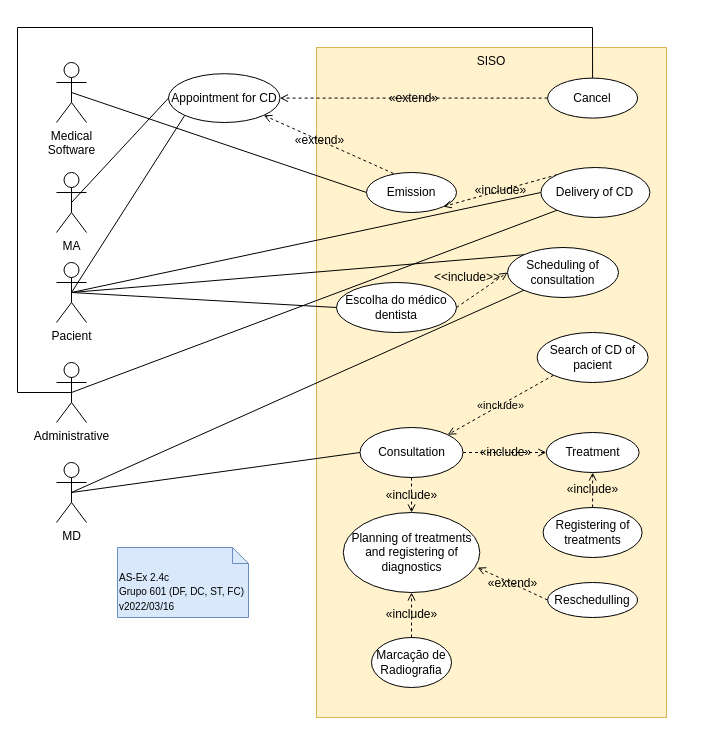
Before: page "2.4c" (3 of 3) of P/P2/P2.drawio in DavidAraujo98/AS, a draw.io diagram. Source tidied: cells renumbered, new cells numbered last; positions are measured from the earlier drawing's top-left corner, leaving out a move shared by most shapes. Both pictures are drawn from the tidied source at 100%, with x=0, y=0 at pixel (17, 27).
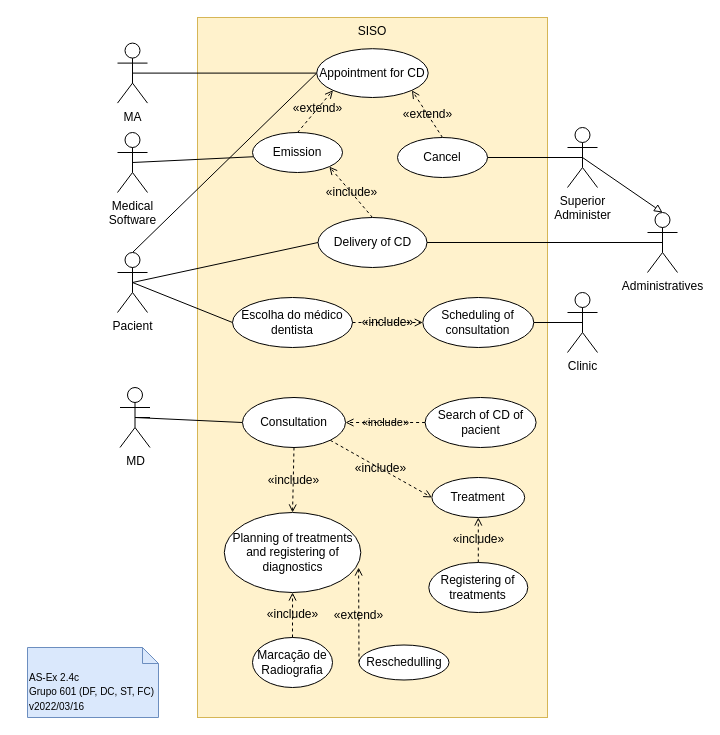
After the change.

What changed in the source:
```diff
@@
     <mxCell id="2" value="SISO" style="rounded=0;whiteSpace=wrap;html=1;verticalAlign=top;fillColor=#fff2cc;strokeColor=#d6b656;" parent="1" vertex="1">
-      <mxGeometry x="299" y="20" width="350" height="670" as="geometry" />
+      <mxGeometry x="180" y="-10" width="350" height="700" as="geometry" />
     </mxCell>
-    <mxCell id="3" style="rounded=0;jettySize=auto;html=1;exitX=0.5;exitY=0.5;exitDx=0;exitDy=0;exitPerimeter=0;entryX=0;entryY=0.5;entryDx=0;entryDy=0;labelBackgroundColor=none;fontSize=12;startArrow=none;startFill=0;endArrow=none;endFill=0;strokeColor=#000000;" parent="1" edge="1" source="4" target="14">
+    <mxCell id="3" style="rounded=0;jettySize=auto;html=1;exitX=0.5;exitY=0.5;exitDx=0;exitDy=0;exitPerimeter=0;labelBackgroundColor=none;fontSize=12;startArrow=none;startFill=0;endArrow=none;endFill=0;strokeColor=#000000;entryX=0;entryY=0.5;entryDx=0;entryDy=0;" parent="1" edge="1" source="4" target="14">
       <mxGeometry relative="1" as="geometry" />
     </mxCell>
     <mxCell id="4" value="MA" style="shape=umlActor;verticalLabelPosition=bottom;verticalAlign=top;html=1;outlineConnect=0;" parent="1" vertex="1">
-      <mxGeometry x="39" y="145" width="30" height="60" as="geometry" />
+      <mxGeometry x="100" y="15.6" width="30" height="60" as="geometry" />
     </mxCell>
-    <mxCell id="5" style="edgeStyle=none;rounded=0;jettySize=auto;html=1;exitX=0.5;exitY=0.5;exitDx=0;exitDy=0;exitPerimeter=0;entryX=0;entryY=1;entryDx=0;entryDy=0;labelBackgroundColor=none;fontSize=12;startArrow=none;startFill=0;endArrow=none;endFill=0;" parent="1" edge="1" source="7" target="23">
-      <mxGeometry relative="1" as="geometry" />
-    </mxCell>
@@
     <mxCell id="7" value="MD" style="shape=umlActor;verticalLabelPosition=bottom;verticalAlign=top;html=1;outlineConnect=0;" parent="1" vertex="1">
-      <mxGeometry x="39" y="435" width="30" height="60" as="geometry" />
+      <mxGeometry x="102.5" y="360" width="30" height="60" as="geometry" />
     </mxCell>
+    <mxCell id="9" style="edgeStyle=none;rounded=0;jettySize=auto;html=1;exitX=0.5;exitY=0.5;exitDx=0;exitDy=0;exitPerimeter=0;entryX=0;entryY=0.5;entryDx=0;entryDy=0;labelBackgroundColor=none;fontSize=12;startArrow=none;startFill=0;endArrow=none;endFill=0;" parent="1" edge="1" source="11" target="22">
+      <mxGeometry relative="1" as="geometry" />
+    </mxCell>
-    <mxCell id="8" style="rounded=0;jettySize=auto;html=1;exitX=0.5;exitY=0.5;exitDx=0;exitDy=0;exitPerimeter=0;entryX=0;entryY=1;entryDx=0;entryDy=0;labelBackgroundColor=none;fontSize=12;startArrow=none;startFill=0;endArrow=none;endFill=0;" parent="1" edge="1" source="11" target="14">
+    <mxCell id="8" style="edgeStyle=none;rounded=0;jettySize=auto;html=1;exitX=0.5;exitY=0;exitDx=0;exitDy=0;exitPerimeter=0;entryX=0;entryY=0.5;entryDx=0;entryDy=0;labelBackgroundColor=none;endArrow=none;endFill=0;" parent="1" edge="1" source="11" target="14">
       <mxGeometry relative="1" as="geometry" />
     </mxCell>
-    <mxCell id="9" style="edgeStyle=none;rounded=0;jettySize=auto;html=1;exitX=0.5;exitY=0.5;exitDx=0;exitDy=0;exitPerimeter=0;entryX=0;entryY=0.5;entryDx=0;entryDy=0;labelBackgroundColor=none;fontSize=12;startArrow=none;startFill=0;endArrow=none;endFill=0;" parent="1" edge="1" source="11" target="22">
-      <mxGeometry relative="1" as="geometry" />
-    </mxCell>
-    <mxCell id="10" style="rounded=0;jettySize=auto;html=1;exitX=0.5;exitY=0.5;exitDx=0;exitDy=0;exitPerimeter=0;entryX=0;entryY=0;entryDx=0;entryDy=0;labelBackgroundColor=none;fontSize=12;startArrow=none;startFill=0;endArrow=none;endFill=0;" parent="1" edge="1" source="11" target="23">
-      <mxGeometry relative="1" as="geometry" />
-    </mxCell>
     <mxCell id="11" value="Pacient" style="shape=umlActor;verticalLabelPosition=bottom;verticalAlign=top;html=1;outlineConnect=0;" parent="1" vertex="1">
-      <mxGeometry x="39" y="235" width="30" height="60" as="geometry" />
+      <mxGeometry x="100" y="225" width="30" height="60" as="geometry" />
     </mxCell>
-    <mxCell id="12" style="edgeStyle=none;rounded=0;jettySize=auto;html=1;exitX=0.5;exitY=0.5;exitDx=0;exitDy=0;exitPerimeter=0;entryX=0;entryY=0.5;entryDx=0;entryDy=0;labelBackgroundColor=none;fontSize=10;startArrow=none;startFill=0;endArrow=none;endFill=0;strokeColor=#000000;" parent="1" edge="1" source="13" target="15">
+    <mxCell id="12" style="edgeStyle=none;rounded=0;jettySize=auto;html=1;exitX=0.5;exitY=0.5;exitDx=0;exitDy=0;exitPerimeter=0;entryX=1;entryY=0.5;entryDx=0;entryDy=0;labelBackgroundColor=none;fontSize=10;startArrow=none;startFill=0;endArrow=none;endFill=0;strokeColor=#000000;" parent="1" edge="1" source="13" target="15">
       <mxGeometry relative="1" as="geometry" />
     </mxCell>
     <mxCell id="13" value="Medical&lt;br&gt;Software" style="shape=umlActor;verticalLabelPosition=bottom;verticalAlign=top;html=1;outlineConnect=0;" parent="1" vertex="1">
-      <mxGeometry x="39" y="35" width="30" height="60" as="geometry" />
+      <mxGeometry x="100" y="105" width="30" height="60" as="geometry" />
     </mxCell>
     <mxCell id="14" value="Appointment for CD" style="ellipse;whiteSpace=wrap;html=1;" parent="1" vertex="1">
-      <mxGeometry x="151" y="46.2" width="111.5" height="48.8" as="geometry" />
+      <mxGeometry x="299.2" y="21.2" width="111.5" height="48.8" as="geometry" />
     </mxCell>
     <mxCell id="15" value="Emission" style="ellipse;whiteSpace=wrap;html=1;fontSize=12;" parent="1" vertex="1">
-      <mxGeometry x="349" y="145" width="90" height="40" as="geometry" />
+      <mxGeometry x="235" y="105" width="90" height="40" as="geometry" />
     </mxCell>
-    <mxCell id="16" style="edgeStyle=none;rounded=0;jettySize=auto;html=1;exitX=0.5;exitY=0.5;exitDx=0;exitDy=0;exitPerimeter=0;entryX=0;entryY=1;entryDx=0;entryDy=0;labelBackgroundColor=none;fontSize=12;startArrow=none;startFill=0;endArrow=none;endFill=0;" parent="1" edge="1" source="17" target="22">
-      <mxGeometry relative="1" as="geometry" />
-    </mxCell>
+    <mxCell id="43" style="edgeStyle=none;rounded=0;jettySize=auto;html=1;exitX=0.5;exitY=0.5;exitDx=0;exitDy=0;exitPerimeter=0;entryX=0.5;entryY=0;entryDx=0;entryDy=0;entryPerimeter=0;labelBackgroundColor=none;endArrow=block;endFill=0;" parent="1" edge="1" source="17" target="48">
+      <mxGeometry relative="1" as="geometry" />
+    </mxCell>
+    <mxCell id="40" style="edgeStyle=none;rounded=0;jettySize=auto;html=1;exitX=0.5;exitY=0.5;exitDx=0;exitDy=0;exitPerimeter=0;entryX=1;entryY=0.5;entryDx=0;entryDy=0;labelBackgroundColor=none;endArrow=none;endFill=0;" parent="1" edge="1" source="17" target="20">
+      <mxGeometry relative="1" as="geometry" />
+    </mxCell>
-    <mxCell id="17" value="Administrative" style="shape=umlActor;verticalLabelPosition=bottom;verticalAlign=top;html=1;outlineConnect=0;fontSize=12;" parent="1" vertex="1">
-      <mxGeometry x="39" y="335" width="30" height="60" as="geometry" />
+    <mxCell id="17" value="Superior&lt;br&gt;Administer" style="shape=umlActor;verticalLabelPosition=bottom;verticalAlign=top;html=1;outlineConnect=0;fontSize=12;" parent="1" vertex="1">
+      <mxGeometry x="550" y="100" width="30" height="60" as="geometry" />
     </mxCell>
-    <mxCell id="18" value="«extend»" style="endArrow=open;dashed=1;html=1;rounded=0;labelBackgroundColor=none;fontSize=12;entryX=1;entryY=1;entryDx=0;entryDy=0;endFill=0;exitX=0.3;exitY=0.025;exitDx=0;exitDy=0;exitPerimeter=0;" parent="1" edge="1" source="15" target="14">
+    <mxCell id="18" value="«extend»" style="endArrow=open;dashed=1;html=1;rounded=0;labelBackgroundColor=none;fontSize=12;entryX=0;entryY=1;entryDx=0;entryDy=0;endFill=0;exitX=0.5;exitY=0;exitDx=0;exitDy=0;" parent="1" edge="1" source="15" target="14">
       <mxGeometry x="0.14" relative="1" as="geometry" />
     </mxCell>
-    <mxCell id="19" value="«extend»" style="edgeStyle=none;rounded=0;jettySize=auto;html=1;exitX=0;exitY=0.5;exitDx=0;exitDy=0;entryX=1;entryY=0.5;entryDx=0;entryDy=0;labelBackgroundColor=none;fontSize=12;startArrow=none;startFill=0;endArrow=open;endFill=0;dashed=1;" parent="1" edge="1" source="20" target="14">
+    <mxCell id="19" value="«extend»" style="edgeStyle=none;rounded=0;jettySize=auto;html=1;exitX=0.5;exitY=0;exitDx=0;exitDy=0;entryX=1;entryY=1;entryDx=0;entryDy=0;labelBackgroundColor=none;fontSize=12;startArrow=none;startFill=0;endArrow=open;endFill=0;dashed=1;" parent="1" edge="1" source="20" target="14">
       <mxGeometry relative="1" as="geometry" />
     </mxCell>
     <mxCell id="20" value="Cancel" style="ellipse;whiteSpace=wrap;html=1;fontSize=12;" parent="1" vertex="1">
-      <mxGeometry x="530.1" y="50.6" width="90" height="40" as="geometry" />
+      <mxGeometry x="380" y="110" width="90" height="40" as="geometry" />
     </mxCell>
-    <mxCell id="21" value="«include»" style="edgeStyle=none;rounded=0;jettySize=auto;html=1;exitX=0;exitY=0;exitDx=0;exitDy=0;entryX=1;entryY=1;entryDx=0;entryDy=0;dashed=1;labelBackgroundColor=none;fontSize=12;startArrow=none;startFill=0;endArrow=open;endFill=0;" parent="1" edge="1" source="22" target="15">
+    <mxCell id="21" value="«include»" style="edgeStyle=none;rounded=0;jettySize=auto;html=1;exitX=0.5;exitY=0;exitDx=0;exitDy=0;entryX=1;entryY=1;entryDx=0;entryDy=0;dashed=1;labelBackgroundColor=none;fontSize=12;startArrow=none;startFill=0;endArrow=open;endFill=0;" parent="1" edge="1" source="22" target="15">
       <mxGeometry relative="1" as="geometry" />
     </mxCell>
     <mxCell id="22" value="Delivery of CD" style="ellipse;whiteSpace=wrap;html=1;fontSize=12;" parent="1" vertex="1">
-      <mxGeometry x="523.4" y="140" width="109" height="50" as="geometry" />
+      <mxGeometry x="300.5" y="190" width="109" height="50" as="geometry" />
     </mxCell>
     <mxCell id="23" value="Scheduling of consultation" style="ellipse;whiteSpace=wrap;html=1;fontSize=12;" parent="1" vertex="1">
-      <mxGeometry x="490" y="220" width="111" height="50" as="geometry" />
+      <mxGeometry x="405.3" y="270" width="111" height="50" as="geometry" />
     </mxCell>
-    <mxCell id="24" value="«include»" style="edgeStyle=none;rounded=0;jettySize=auto;html=1;exitX=0;exitY=1;exitDx=0;exitDy=0;entryX=1;entryY=0;entryDx=0;entryDy=0;labelBackgroundColor=none;endArrow=open;endFill=0;dashed=1;" parent="1" edge="1" source="25" target="30">
+    <mxCell id="24" value="«include»" style="edgeStyle=none;rounded=0;jettySize=auto;html=1;exitX=0;exitY=0.5;exitDx=0;exitDy=0;entryX=1;entryY=0.5;entryDx=0;entryDy=0;labelBackgroundColor=none;endArrow=open;endFill=0;dashed=1;" parent="1" edge="1" source="25" target="30">
       <mxGeometry relative="1" as="geometry" />
     </mxCell>
     <mxCell id="25" value="Search of CD of pacient" style="ellipse;whiteSpace=wrap;html=1;fontSize=12;" parent="1" vertex="1">
-      <mxGeometry x="519.6" y="305" width="111" height="50" as="geometry" />
+      <mxGeometry x="407.6" y="370" width="111" height="50" as="geometry" />
     </mxCell>
     <mxCell id="26" value="Planning of treatments and registering of diagnostics" style="ellipse;whiteSpace=wrap;html=1;fontSize=12;" parent="1" vertex="1">
-      <mxGeometry x="325.8" y="485" width="136.5" height="80" as="geometry" />
+      <mxGeometry x="206.8" y="485" width="136.5" height="80" as="geometry" />
     </mxCell>
     <mxCell id="27" value="Treatment" style="ellipse;whiteSpace=wrap;html=1;fontSize=12;" parent="1" vertex="1">
-      <mxGeometry x="528.8" y="405" width="92.8" height="40" as="geometry" />
+      <mxGeometry x="414.4" y="450" width="92.8" height="40" as="geometry" />
     </mxCell>
-    <mxCell id="28" value="«include»" style="edgeStyle=none;rounded=0;jettySize=auto;html=1;exitX=1;exitY=0.5;exitDx=0;exitDy=0;entryX=0;entryY=0.5;entryDx=0;entryDy=0;labelBackgroundColor=none;fontSize=12;startArrow=none;startFill=0;endArrow=open;endFill=0;strokeColor=#000000;dashed=1;" parent="1" edge="1" source="30" target="27">
+    <mxCell id="28" value="«include»" style="edgeStyle=none;rounded=0;jettySize=auto;html=1;exitX=1;exitY=1;exitDx=0;exitDy=0;entryX=0;entryY=0.5;entryDx=0;entryDy=0;labelBackgroundColor=none;fontSize=12;startArrow=none;startFill=0;endArrow=open;endFill=0;strokeColor=#000000;dashed=1;" parent="1" edge="1" source="30" target="27">
       <mxGeometry relative="1" as="geometry" />
     </mxCell>
@@
     <mxCell id="30" value="Consultation" style="ellipse;whiteSpace=wrap;html=1;fontSize=12;" parent="1" vertex="1">
-      <mxGeometry x="342.5" y="400" width="103" height="50" as="geometry" />
+      <mxGeometry x="225" y="370" width="103" height="50" as="geometry" />
     </mxCell>
@@
     <mxCell id="32" value="Registering of treatments" style="ellipse;whiteSpace=wrap;html=1;fontSize=12;" parent="1" vertex="1">
-      <mxGeometry x="525.6" y="480" width="99" height="50" as="geometry" />
+      <mxGeometry x="411.3" y="535" width="99" height="50" as="geometry" />
     </mxCell>
@@
     <mxCell id="34" value="Reschedulling" style="ellipse;whiteSpace=wrap;html=1;fontSize=12;" parent="1" vertex="1">
-      <mxGeometry x="530.1" y="555" width="90" height="35" as="geometry" />
+      <mxGeometry x="341.5" y="617.5" width="90" height="35" as="geometry" />
     </mxCell>
     <mxCell id="35" value="&lt;font style=&quot;font-size: 10px&quot;&gt;AS-Ex 2.4c&lt;br&gt;Grupo 601 (DF, DC, ST, FC)&lt;br&gt;v2022/03/16&lt;/font&gt;" style="shape=note2;boundedLbl=1;whiteSpace=wrap;html=1;size=16;verticalAlign=top;align=left;fillColor=#dae8fc;strokeColor=#6c8ebf;" parent="1" vertex="1">
-      <mxGeometry x="100" y="520" width="131" height="70" as="geometry" />
+      <mxGeometry x="10" y="620" width="131" height="70" as="geometry" />
     </mxCell>
     <mxCell id="36" value="Escolha do médico dentista" style="ellipse;whiteSpace=wrap;html=1;fontSize=12;" parent="1" vertex="1">
-      <mxGeometry x="319" y="255" width="120" height="50" as="geometry" />
+      <mxGeometry x="215" y="270" width="120" height="50" as="geometry" />
     </mxCell>
@@
-    <mxCell id="38" style="endArrow=open;html=1;rounded=0;dashed=1;fontSize=12;exitX=1;exitY=0.5;exitDx=0;exitDy=0;entryX=0;entryY=0.5;entryDx=0;entryDy=0;endFill=0;" parent="1" edge="1" source="36" target="23">
+    <mxCell id="38" value="«include»" style="endArrow=open;html=1;rounded=0;dashed=1;fontSize=12;exitX=1;exitY=0.5;exitDx=0;exitDy=0;entryX=0;entryY=0.5;entryDx=0;entryDy=0;endFill=0;labelBackgroundColor=none;" parent="1" edge="1" source="36" target="23">
       <mxGeometry relative="1" as="geometry" />
     </mxCell>
-    <mxCell id="39" value="&amp;lt;&amp;lt;include&amp;gt;&amp;gt;" style="text;html=1;strokeColor=none;fillColor=none;align=center;verticalAlign=middle;whiteSpace=wrap;rounded=0;fontSize=12;" parent="1" vertex="1">
-      <mxGeometry x="420" y="235" width="60" height="30" as="geometry" />
-    </mxCell>
-    <mxCell id="40" style="endArrow=none;html=1;rounded=0;fontSize=12;exitX=0.5;exitY=0.5;exitDx=0;exitDy=0;exitPerimeter=0;entryX=0.5;entryY=0;entryDx=0;entryDy=0;" parent="1" edge="1" source="17" target="20">
-      <mxGeometry relative="1" as="geometry">
-        <Array as="points">
-          <mxPoint y="365" />
-          <mxPoint />
-          <mxPoint x="575" />
-        </Array>
-      </mxGeometry>
-    </mxCell>
     <mxCell id="41" value="Marcação de Radiografia" style="ellipse;whiteSpace=wrap;html=1;fontSize=12;" parent="1" vertex="1">
-      <mxGeometry x="354" y="610" width="80" height="50" as="geometry" />
+      <mxGeometry x="235" y="610" width="80" height="50" as="geometry" />
     </mxCell>
@@
+    <mxCell id="44" style="edgeStyle=none;rounded=0;jettySize=auto;html=1;exitX=0.5;exitY=0.5;exitDx=0;exitDy=0;exitPerimeter=0;entryX=1;entryY=0.5;entryDx=0;entryDy=0;labelBackgroundColor=none;endArrow=none;endFill=0;" parent="1" edge="1" source="45" target="23">
+      <mxGeometry relative="1" as="geometry" />
+    </mxCell>
+    <mxCell id="45" value="Clinic" style="shape=umlActor;verticalLabelPosition=bottom;verticalAlign=top;html=1;outlineConnect=0;" parent="1" vertex="1">
+      <mxGeometry x="550" y="265" width="30" height="60" as="geometry" />
+    </mxCell>
+    <mxCell id="46" style="edgeStyle=none;rounded=0;orthogonalLoop=1;jettySize=auto;html=1;exitX=0.5;exitY=0.5;exitDx=0;exitDy=0;exitPerimeter=0;labelBackgroundColor=none;endArrow=none;endFill=0;" parent="1" edge="1" source="7" target="7">
+      <mxGeometry relative="1" as="geometry" />
+    </mxCell>
+    <mxCell id="47" style="edgeStyle=none;rounded=0;jettySize=auto;html=1;exitX=0.5;exitY=0.5;exitDx=0;exitDy=0;exitPerimeter=0;entryX=1;entryY=0.5;entryDx=0;entryDy=0;labelBackgroundColor=none;endArrow=none;endFill=0;" parent="1" edge="1" source="48" target="22">
+      <mxGeometry relative="1" as="geometry" />
+    </mxCell>
+    <mxCell id="48" value="Administratives" style="shape=umlActor;verticalLabelPosition=bottom;verticalAlign=top;html=1;outlineConnect=0;" parent="1" vertex="1">
+      <mxGeometry x="630" y="185" width="30" height="60" as="geometry" />
+    </mxCell>
```
